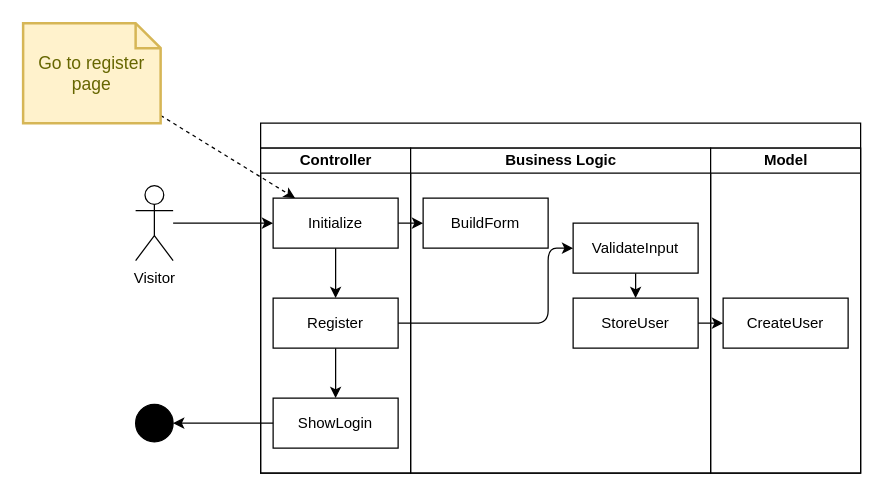
The draw.io diagram diagrams/ASD/Register.drawio in JochemGrootherder/educom-webshop-runtime-records, before the edit. Source tidied: cells renumbered, new cells numbered last; positions are measured from the earlier drawing's top-left corner, leaving out a move shared by most shapes. Both pictures are drawn from the tidied source at 125%, with x=0, y=0 at pixel (22, 22).
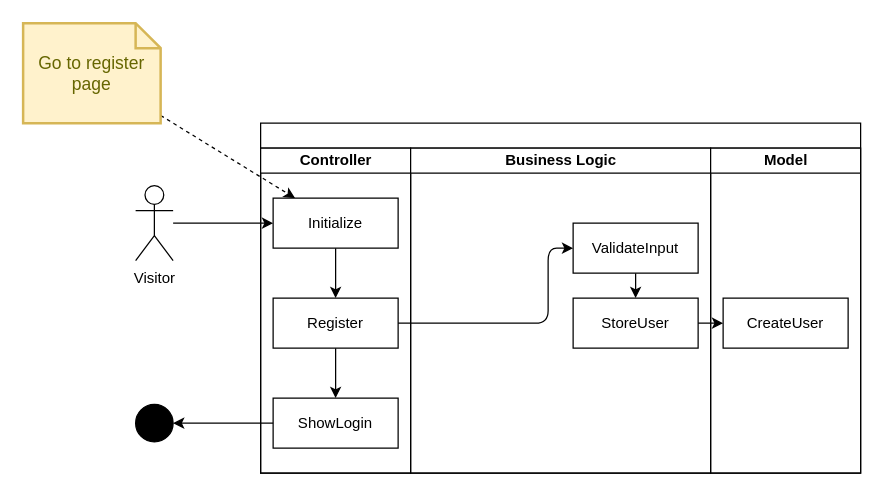
After the change.

The change refers to these unchanged cells:
```xml
<mxCell id="2" style="swimlane;startSize=20;html=1;" parent="1" vertex="1">
  <mxGeometry x="190" y="80" width="480" height="280" as="geometry" />
</mxCell>
<mxCell id="5" value="Initialize" style="rounded=0;whiteSpace=wrap;html=1;" parent="3" vertex="1">
  <mxGeometry x="10" y="40" width="100" height="40" as="geometry" />
</mxCell>
<mxCell id="9" value="Business Logic" style="swimlane;startSize=20;html=1;" parent="2" vertex="1">
  <mxGeometry x="120" y="20" width="240" height="260" as="geometry" />
</mxCell>
```

Diff of the diagram source:
```diff
@@
-    <mxCell id="13" value="BuildForm" style="rounded=0;whiteSpace=wrap;html=1;" parent="9" vertex="1">
-      <mxGeometry x="10" y="40" width="100" height="40" as="geometry" />
-    </mxCell>
@@
-    <mxCell id="18" style="edgeStyle=none;html=1;" parent="2" edge="1" source="5" target="13">
-      <mxGeometry relative="1" as="geometry" />
-    </mxCell>
```
